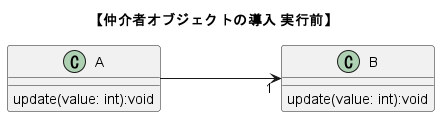
This is img/classes/tools/ex_introduce_mediator_before.png from nitta-lab/TwoStagesModelingExperiments, a PlantUML export, as it was before one commit.
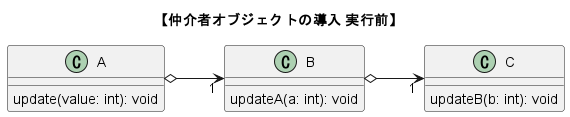
The same file after the commit.

Change to the diagram source:
```diff
@@ -3,12 +3,17 @@
 left to right direction
 
 class "A"{
-    update(value: int):void
+    update(value: int): void
 }
 class "B"{
-    update(value: int):void
+    updateA(a: int): void
 }
 
-"A" ---> "1" "B"
+class "C"{
+    updateB(b: int): void
+}
+
+"A" o--> "1" "B"
+"B" o--> "1" "C"
 
 @enduml
```
